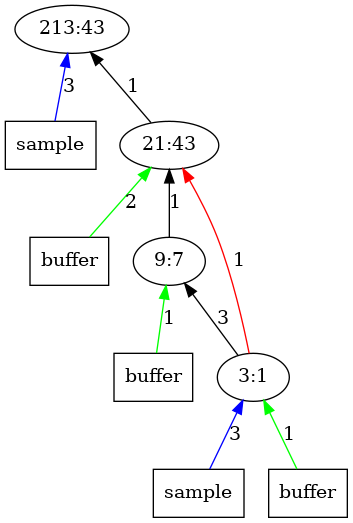
The Graphviz diagram outputImages/op43.png.png in AbhikKhan/MTP_IITG, before a commit. Its source is kept beside it as outputTrees/op43.dot.
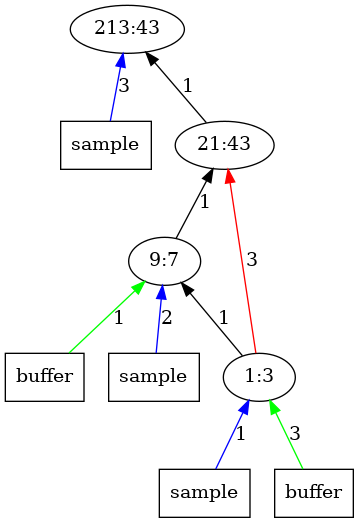
The same file after the commit.

Diff of the diagram source:
```diff
@@ -3,19 +3,19 @@
 	x11 -> 1 [label = "3", color = "blue"];
 	x11 [label = "sample", shape = "box"];
 	1 [label = "213:43"];
-	x22 -> 2 [label = "2", color = "green"];
-	x22 [label = "buffer", shape = "box"];
 	2 -> 1 [label = "1", color = "black"];
 	2 [label = "21:43"];
 	3 -> 2 [label = "1", color = "black"];
 	x32 -> 3 [label = "1", color = "green"];
 	x32 [label = "buffer", shape = "box"];
+	x31 -> 3 [label = "2", color = "blue"];
+	x31 [label = "sample", shape = "box"];
 	3 [label = "9:7"];
-	4 -> 3 [label = "3", color = "black"];
-	4 -> 2 [label = "1", color = "red"];
-	x41 -> 4 [label = "3", color = "blue"];
+	4 -> 2 [label = "3", color = "red"];
+	4 -> 3 [label = "1", color = "black"];
+	x41 -> 4 [label = "1", color = "blue"];
 	x41 [label = "sample", shape = "box"];
-	x42 -> 4 [label = "1", color = "green"];
+	x42 -> 4 [label = "3", color = "green"];
 	x42 [label = "buffer", shape = "box"];
-	4 [label = "3:1"];
+	4 [label = "1:3"];
 }
```
